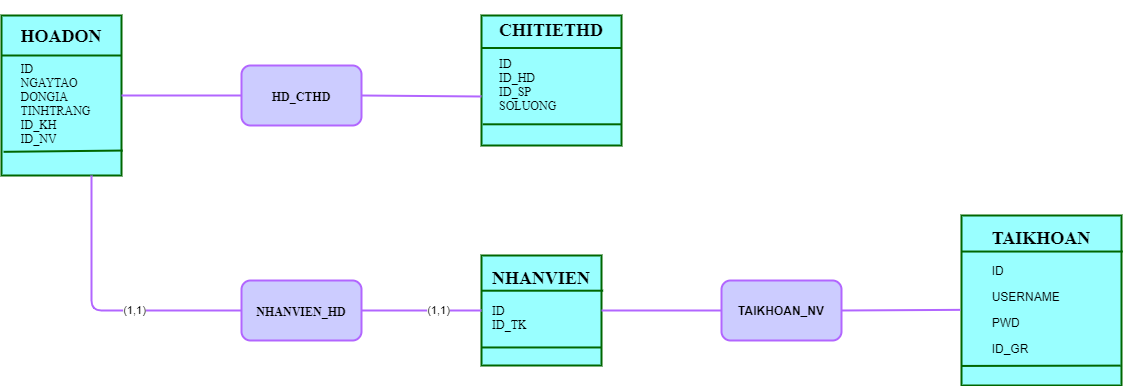
sunny-THS/QlyBanDT keeps this draw.io diagram as erd.drawio.png. Above is the earlier version. Source tidied: cells renumbered, new cells last; positions are measured from the earlier drawing's top-left corner, leaving out a move shared by most shapes.
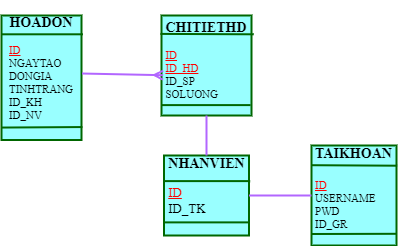
After the change.

Diff of the diagram source:
```diff
@@ -2,37 +2,26 @@
   <root>
     <mxCell id="0" />
     <mxCell id="1" parent="0" />
-    <mxCell id="2" value="&lt;h2&gt;&lt;font color=&quot;#000000&quot;&gt;HOADON&lt;/font&gt;&lt;/h2&gt;&lt;div style=&quot;text-align: left&quot;&gt;&lt;span&gt;&lt;font color=&quot;#000000&quot;&gt;ID&lt;/font&gt;&lt;/span&gt;&lt;/div&gt;&lt;div style=&quot;text-align: left&quot;&gt;&lt;span&gt;&lt;font color=&quot;#000000&quot;&gt;NGAYTAO&lt;/font&gt;&lt;/span&gt;&lt;/div&gt;&lt;div style=&quot;text-align: left&quot;&gt;&lt;span&gt;&lt;font color=&quot;#000000&quot;&gt;DONGIA&amp;nbsp;&lt;/font&gt;&lt;/span&gt;&lt;/div&gt;&lt;div style=&quot;text-align: left&quot;&gt;&lt;span&gt;&lt;font color=&quot;#000000&quot;&gt;TINHTRANG&lt;/font&gt;&lt;/span&gt;&lt;/div&gt;&lt;div style=&quot;text-align: left&quot;&gt;&lt;span&gt;&lt;font color=&quot;#000000&quot;&gt;ID_KH&lt;/font&gt;&lt;/span&gt;&lt;/div&gt;&lt;div style=&quot;text-align: left&quot;&gt;&lt;span&gt;&lt;font color=&quot;#000000&quot;&gt;ID_NV&lt;/font&gt;&lt;/span&gt;&lt;/div&gt;&lt;div style=&quot;text-align: left&quot;&gt;&lt;br&gt;&lt;/div&gt;" style="text;html=1;spacing=5;spacingTop=-20;whiteSpace=wrap;overflow=hidden;rounded=0;labelBackgroundColor=none;fontFamily=Times New Roman;verticalAlign=middle;align=center;fontColor=#ffffff;strokeWidth=2;fillColor=#99FFFF;strokeColor=#006600;" parent="1" vertex="1">
-      <mxGeometry width="120" height="160" as="geometry" />
+    <mxCell id="2" value="&lt;h3&gt;&lt;font color=&quot;#000000&quot;&gt;HOADON&lt;/font&gt;&lt;/h3&gt;&lt;div style=&quot;text-align: left ; font-size: 11px&quot;&gt;&lt;font style=&quot;font-size: 11px&quot; color=&quot;#ff0000&quot;&gt;&lt;u&gt;ID&lt;/u&gt;&lt;/font&gt;&lt;/div&gt;&lt;div style=&quot;text-align: left ; font-size: 11px&quot;&gt;&lt;span&gt;&lt;font color=&quot;#000000&quot; style=&quot;font-size: 11px&quot;&gt;NGAYTAO&lt;/font&gt;&lt;/span&gt;&lt;/div&gt;&lt;div style=&quot;text-align: left ; font-size: 11px&quot;&gt;&lt;span&gt;&lt;font color=&quot;#000000&quot; style=&quot;font-size: 11px&quot;&gt;DONGIA&amp;nbsp;&lt;/font&gt;&lt;/span&gt;&lt;/div&gt;&lt;div style=&quot;text-align: left ; font-size: 11px&quot;&gt;&lt;span&gt;&lt;font color=&quot;#000000&quot; style=&quot;font-size: 11px&quot;&gt;TINHTRANG&lt;/font&gt;&lt;/span&gt;&lt;/div&gt;&lt;div style=&quot;text-align: left ; font-size: 11px&quot;&gt;&lt;span&gt;&lt;font color=&quot;#000000&quot; style=&quot;font-size: 11px&quot;&gt;ID_KH&lt;/font&gt;&lt;/span&gt;&lt;/div&gt;&lt;div style=&quot;text-align: left ; font-size: 11px&quot;&gt;&lt;font color=&quot;#000000&quot; style=&quot;font-size: 11px&quot;&gt;ID_NV&lt;/font&gt;&lt;/div&gt;&lt;div style=&quot;text-align: left&quot;&gt;&lt;br&gt;&lt;/div&gt;" style="text;html=1;spacing=5;spacingTop=-20;whiteSpace=wrap;overflow=hidden;rounded=0;labelBackgroundColor=none;fontFamily=Times New Roman;verticalAlign=middle;align=center;fontColor=#ffffff;strokeWidth=2;fillColor=#99FFFF;strokeColor=#006600;" parent="1" vertex="1">
+      <mxGeometry x="-20" y="-20" width="80" height="124.5" as="geometry" />
     </mxCell>
-    <mxCell id="3" style="endArrow=none;html=1;fontFamily=Times New Roman;fillColor=#008a00;strokeColor=#006600;strokeWidth=2;exitX=0;exitY=0.25;exitDx=0;exitDy=0;entryX=1;entryY=0.25;entryDx=0;entryDy=0;" parent="1" edge="1" source="2" target="2">
+    <mxCell id="3" style="endArrow=none;html=1;fontFamily=Times New Roman;fillColor=#008a00;strokeColor=#006600;strokeWidth=2;exitX=-0.006;exitY=0.151;exitDx=0;exitDy=0;entryX=1.018;entryY=0.151;entryDx=0;entryDy=0;exitPerimeter=0;entryPerimeter=0;" parent="1" edge="1" source="2" target="2">
       <mxGeometry relative="1" as="geometry" />
     </mxCell>
-    <mxCell id="4" style="endArrow=none;html=1;fontFamily=Times New Roman;fillColor=#008a00;strokeWidth=2;strokeColor=#006600;exitX=0.017;exitY=0.852;exitDx=0;exitDy=0;entryX=1.01;entryY=0.844;entryDx=0;entryDy=0;exitPerimeter=0;entryPerimeter=0;" parent="1" edge="1" source="2" target="2">
+    <mxCell id="4" style="endArrow=none;html=1;fontFamily=Times New Roman;fillColor=#008a00;strokeWidth=2;strokeColor=#006600;exitX=0.004;exitY=0.9;exitDx=0;exitDy=0;exitPerimeter=0;entryX=1.012;entryY=0.896;entryDx=0;entryDy=0;entryPerimeter=0;" parent="1" edge="1" source="2" target="2">
       <mxGeometry relative="1" as="geometry" />
     </mxCell>
-    <mxCell id="5" value="&lt;p style=&quot;line-height: 100%&quot;&gt;&lt;/p&gt;&lt;h2&gt;&lt;font face=&quot;Times New Roman&quot; color=&quot;#000000&quot;&gt;CHITIETHD&lt;/font&gt;&lt;/h2&gt;&lt;h4 style=&quot;text-align: left&quot;&gt;&lt;span style=&quot;font-weight: normal&quot;&gt;&lt;font color=&quot;#000000&quot; style=&quot;font-size: 12px&quot; face=&quot;Times New Roman&quot;&gt;ID&lt;br&gt;&lt;/font&gt;&lt;span style=&quot;color: rgb(0 , 0 , 0)&quot;&gt;&lt;font style=&quot;font-size: 12px&quot; face=&quot;Times New Roman&quot;&gt;ID_HD&lt;br&gt;&lt;/font&gt;&lt;/span&gt;&lt;font color=&quot;#000000&quot; style=&quot;font-size: 12px&quot; face=&quot;Times New Roman&quot;&gt;ID_SP&lt;br&gt;&lt;/font&gt;&lt;font color=&quot;#000000&quot; style=&quot;font-size: 12px&quot; face=&quot;Times New Roman&quot;&gt;SOLUONG&lt;/font&gt;&lt;/span&gt;&lt;/h4&gt;&lt;p style=&quot;text-align: left&quot;&gt;&lt;font color=&quot;#000000&quot; style=&quot;font-size: 12px&quot; face=&quot;Times New Roman&quot;&gt;&lt;br&gt;&lt;/font&gt;&lt;/p&gt;&lt;p style=&quot;text-align: left&quot;&gt;&lt;font color=&quot;#000000&quot; style=&quot;font-size: 12px&quot; face=&quot;Times New Roman&quot;&gt;&lt;br&gt;&lt;/font&gt;&lt;/p&gt;&lt;p&gt;&lt;/p&gt;" style="text;html=1;spacing=5;spacingTop=-20;whiteSpace=wrap;overflow=hidden;rounded=0;align=center;fillColor=#99FFFF;strokeWidth=2;strokeColor=#006600;" parent="1" vertex="1">
-      <mxGeometry x="480" width="140" height="130" as="geometry" />
+    <mxCell id="5" value="&lt;p style=&quot;line-height: 100%&quot;&gt;&lt;/p&gt;&lt;h3&gt;&lt;font face=&quot;Times New Roman&quot; color=&quot;#000000&quot;&gt;CHITIETHD&lt;/font&gt;&lt;/h3&gt;&lt;h3 style=&quot;text-align: left ; font-size: 11px&quot;&gt;&lt;font style=&quot;font-size: 11px&quot;&gt;&lt;span style=&quot;font-weight: normal&quot;&gt;&lt;font style=&quot;font-size: 11px&quot; face=&quot;Times New Roman&quot; color=&quot;#ff0000&quot;&gt;&lt;u&gt;ID&lt;br&gt;&lt;/u&gt;&lt;/font&gt;&lt;/span&gt;&lt;span style=&quot;font-weight: normal&quot;&gt;&lt;font style=&quot;font-size: 11px&quot; face=&quot;Times New Roman&quot;&gt;&lt;u&gt;&lt;font color=&quot;#ff0000&quot;&gt;ID_HD&lt;/font&gt;&lt;/u&gt;&lt;br&gt;&lt;/font&gt;&lt;/span&gt;&lt;span style=&quot;font-weight: normal&quot;&gt;&lt;font color=&quot;#000000&quot; style=&quot;font-size: 11px&quot; face=&quot;Times New Roman&quot;&gt;ID_SP&lt;br&gt;&lt;/font&gt;&lt;/span&gt;&lt;span style=&quot;font-weight: normal&quot;&gt;&lt;font color=&quot;#000000&quot; style=&quot;font-size: 11px&quot; face=&quot;Times New Roman&quot;&gt;SOLUONG&lt;/font&gt;&lt;/span&gt;&lt;/font&gt;&lt;/h3&gt;&lt;p style=&quot;text-align: left ; font-size: 11px&quot;&gt;&lt;font color=&quot;#000000&quot; style=&quot;font-size: 11px&quot; face=&quot;Times New Roman&quot;&gt;&lt;br&gt;&lt;/font&gt;&lt;/p&gt;&lt;p style=&quot;text-align: left&quot;&gt;&lt;font color=&quot;#000000&quot; style=&quot;font-size: 12px&quot; face=&quot;Times New Roman&quot;&gt;&lt;br&gt;&lt;/font&gt;&lt;/p&gt;&lt;p&gt;&lt;/p&gt;" style="text;html=1;spacing=5;spacingTop=-20;whiteSpace=wrap;overflow=hidden;rounded=0;align=center;fillColor=#99FFFF;strokeWidth=2;strokeColor=#006600;shadow=0;" parent="1" vertex="1">
+      <mxGeometry x="140" y="-20" width="90" height="100" as="geometry" />
     </mxCell>
-    <mxCell id="6" style="endArrow=none;html=1;strokeColor=#006600;strokeWidth=2;exitX=0;exitY=0.25;exitDx=0;exitDy=0;entryX=1;entryY=0.25;entryDx=0;entryDy=0;" parent="1" edge="1" source="5" target="5">
+    <mxCell id="6" style="endArrow=none;html=1;strokeColor=#006600;strokeWidth=2;exitX=-0.012;exitY=0.184;exitDx=0;exitDy=0;exitPerimeter=0;entryX=1.025;entryY=0.188;entryDx=0;entryDy=0;entryPerimeter=0;" parent="1" edge="1" source="5" target="5">
       <mxGeometry relative="1" as="geometry" />
     </mxCell>
-    <mxCell id="7" style="endArrow=none;html=1;strokeWidth=2;strokeColor=#006600;exitX=0.009;exitY=0.837;exitDx=0;exitDy=0;exitPerimeter=0;entryX=1;entryY=0.837;entryDx=0;entryDy=0;entryPerimeter=0;" parent="1" edge="1" source="5" target="5">
+    <mxCell id="7" style="endArrow=none;html=1;strokeWidth=2;strokeColor=#006600;exitX=0;exitY=0.896;exitDx=0;exitDy=0;exitPerimeter=0;entryX=0.99;entryY=0.896;entryDx=0;entryDy=0;entryPerimeter=0;" parent="1" edge="1" source="5" target="5">
       <mxGeometry relative="1" as="geometry" />
     </mxCell>
-    <mxCell id="8" value="&lt;h2&gt;&lt;font color=&quot;#000000&quot; face=&quot;Times New Roman&quot;&gt;&lt;span style=&quot;font-size: 12px&quot;&gt;HD_CTHD&lt;/span&gt;&lt;/font&gt;&lt;/h2&gt;" style="rounded=1;whiteSpace=wrap;html=1;strokeWidth=2;verticalAlign=middle;fillColor=#CCCCFF;strokeColor=#B266FF;" parent="1" vertex="1">
-      <mxGeometry x="240" y="50" width="120" height="60" as="geometry" />
-    </mxCell>
-    <mxCell id="9" style="endArrow=none;html=1;strokeWidth=2;strokeColor=#B266FF;exitX=1;exitY=0.5;exitDx=0;exitDy=0;entryX=0;entryY=0.5;entryDx=0;entryDy=0;" parent="1" edge="1" source="2" target="8">
-      <mxGeometry relative="1" as="geometry" />
-    </mxCell>
-    <mxCell id="10" style="endArrow=none;html=1;strokeColor=#B266FF;strokeWidth=2;exitX=1;exitY=0.5;exitDx=0;exitDy=0;" parent="1" edge="1" source="8">
-      <mxGeometry relative="1" as="geometry">
-        <mxPoint x="480" y="81" as="targetPoint" />
-      </mxGeometry>
-    </mxCell>
-    <mxCell id="11" value="&lt;h2&gt;&lt;font face=&quot;Times New Roman&quot; color=&quot;#000000&quot;&gt;NHANVIEN&lt;/font&gt;&lt;/h2&gt;&lt;h4&gt;&lt;div style=&quot;text-align: left&quot;&gt;&lt;span style=&quot;font-family: &amp;#34;times new roman&amp;#34; ; font-weight: normal&quot;&gt;&lt;font color=&quot;#000000&quot;&gt;ID&lt;/font&gt;&lt;/span&gt;&lt;/div&gt;&lt;div style=&quot;text-align: left&quot;&gt;&lt;span style=&quot;font-family: &amp;#34;times new roman&amp;#34; ; font-weight: normal&quot;&gt;&lt;font color=&quot;#000000&quot;&gt;ID_TK&lt;/font&gt;&lt;/span&gt;&lt;/div&gt;&lt;/h4&gt;" style="text;html=1;spacing=5;spacingTop=-20;whiteSpace=wrap;overflow=hidden;rounded=0;verticalAlign=middle;fillColor=#99FFFF;strokeColor=#006600;strokeWidth=2;align=center;" parent="1" vertex="1">
-      <mxGeometry x="480" y="240" width="120" height="110" as="geometry" />
+    <mxCell id="11" value="&lt;h3 style=&quot;text-align: left ; font-size: 11px&quot;&gt;&lt;/h3&gt;&lt;h3&gt;&lt;font face=&quot;Times New Roman&quot; color=&quot;#000000&quot;&gt;NHANVIEN&lt;/font&gt;&lt;/h3&gt;&lt;font style=&quot;font-size: 11px&quot;&gt;&lt;h3 style=&quot;text-align: left&quot;&gt;&lt;span style=&quot;font-family: &amp;#34;times new roman&amp;#34;&quot;&gt;&lt;u&gt;&lt;font color=&quot;#ff0000&quot;&gt;&lt;span style=&quot;font-weight: normal&quot;&gt;ID&lt;/span&gt;&lt;br&gt;&lt;/font&gt;&lt;/u&gt;&lt;/span&gt;&lt;span style=&quot;font-weight: normal ; color: rgb(0 , 0 , 0) ; font-family: &amp;#34;times new roman&amp;#34;&quot;&gt;ID_TK&lt;/span&gt;&lt;/h3&gt;&lt;/font&gt;" style="text;html=1;spacing=5;spacingTop=-20;whiteSpace=wrap;overflow=hidden;rounded=0;verticalAlign=middle;fillColor=#99FFFF;strokeColor=#006600;strokeWidth=2;align=center;" parent="1" vertex="1">
+      <mxGeometry x="142.5" y="120" width="85" height="80" as="geometry" />
     </mxCell>
     <mxCell id="12" style="endArrow=none;html=1;strokeColor=#006600;strokeWidth=2;exitX=0.002;exitY=0.32;exitDx=0;exitDy=0;exitPerimeter=0;entryX=1.014;entryY=0.32;entryDx=0;entryDy=0;entryPerimeter=0;" parent="1" edge="1" source="11" target="11">
       <mxGeometry relative="1" as="geometry" />
@@ -40,42 +29,23 @@
     <mxCell id="13" style="endArrow=none;html=1;strokeColor=#006600;strokeWidth=2;exitX=-0.004;exitY=0.836;exitDx=0;exitDy=0;exitPerimeter=0;entryX=1;entryY=0.836;entryDx=0;entryDy=0;entryPerimeter=0;" parent="1" edge="1" source="11" target="11">
       <mxGeometry relative="1" as="geometry" />
     </mxCell>
-    <mxCell id="14" value="&lt;h3&gt;&lt;font color=&quot;#000000&quot; face=&quot;Times New Roman&quot; style=&quot;font-size: 12px&quot;&gt;NHANVIEN_HD&lt;/font&gt;&lt;/h3&gt;" style="rounded=1;whiteSpace=wrap;html=1;strokeColor=#B266FF;strokeWidth=2;fillColor=#CCCCFF;verticalAlign=middle;" parent="1" vertex="1">
-      <mxGeometry x="240" y="265" width="120" height="60" as="geometry" />
-    </mxCell>
-    <mxCell id="15" style="endArrow=none;html=1;strokeColor=#B266FF;strokeWidth=2;exitX=1;exitY=0.5;exitDx=0;exitDy=0;entryX=0;entryY=0.5;entryDx=0;entryDy=0;" parent="1" edge="1" source="14" target="11">
-      <mxGeometry relative="1" as="geometry" />
-    </mxCell>
-    <mxCell id="16" value="(1,1)" style="edgeLabel;html=1;align=center;verticalAlign=middle;labelBackgroundColor=#FFFFFF;fontColor=#000000;" parent="15" vertex="1">
-      <mxGeometry x="0.26" y="1" relative="1" as="geometry" />
-    </mxCell>
-    <mxCell id="17" style="endArrow=none;html=1;strokeColor=#B266FF;strokeWidth=2;exitX=0.75;exitY=1;exitDx=0;exitDy=0;entryX=0;entryY=0.5;entryDx=0;entryDy=0;labelBackgroundColor=none;" parent="1" edge="1" source="2" target="14">
-      <mxGeometry relative="1" as="geometry">
-        <Array as="points">
-          <mxPoint x="90" y="295" />
-        </Array>
-      </mxGeometry>
-    </mxCell>
-    <mxCell id="18" value="(1,1)" style="edgeLabel;html=1;align=center;verticalAlign=middle;fontColor=#000000;labelBackgroundColor=#FFFFFF;" parent="17" vertex="1">
-      <mxGeometry x="0.24" y="1" relative="1" as="geometry" />
-    </mxCell>
-    <mxCell id="19" value="&lt;h2&gt;&lt;font face=&quot;Times New Roman&quot; color=&quot;#000000&quot;&gt;TAIKHOAN&lt;/font&gt;&lt;/h2&gt;&lt;p style=&quot;text-align: left&quot;&gt;&lt;font color=&quot;#000000&quot;&gt;ID&lt;/font&gt;&lt;/p&gt;&lt;p style=&quot;text-align: left&quot;&gt;&lt;font color=&quot;#000000&quot;&gt;USERNAME&lt;/font&gt;&lt;/p&gt;&lt;p style=&quot;text-align: left&quot;&gt;&lt;font color=&quot;#000000&quot;&gt;PWD&lt;/font&gt;&lt;/p&gt;&lt;p style=&quot;text-align: left&quot;&gt;&lt;font color=&quot;#000000&quot;&gt;ID_GR&lt;/font&gt;&lt;/p&gt;" style="text;html=1;spacing=5;spacingTop=-20;whiteSpace=wrap;overflow=hidden;rounded=0;verticalAlign=middle;align=center;fillColor=#99FFFF;strokeColor=#006600;strokeWidth=2;" parent="1" vertex="1">
-      <mxGeometry x="960" y="200" width="160" height="170" as="geometry" />
+    <mxCell id="19" value="&lt;h3&gt;&lt;font face=&quot;Times New Roman&quot; color=&quot;#000000&quot;&gt;TAIKHOAN&lt;/font&gt;&lt;/h3&gt;&lt;h5 style=&quot;text-align: justify ; font-size: 11px&quot;&gt;&lt;span style=&quot;font-weight: normal&quot;&gt;&lt;font style=&quot;font-size: 11px ; line-height: 100%&quot; face=&quot;Times New Roman&quot;&gt;&lt;u&gt;&lt;font color=&quot;#ff0000&quot;&gt;ID&lt;/font&gt;&lt;/u&gt;&lt;br&gt;&lt;/font&gt;&lt;font color=&quot;#000000&quot; style=&quot;font-size: 11px ; line-height: 100%&quot; face=&quot;Times New Roman&quot;&gt;USERNAME&lt;br&gt;&lt;/font&gt;&lt;font color=&quot;#000000&quot; style=&quot;font-size: 11px&quot; face=&quot;Times New Roman&quot;&gt;PWD&lt;br&gt;&lt;/font&gt;&lt;font color=&quot;#000000&quot; style=&quot;font-size: 11px&quot; face=&quot;Times New Roman&quot;&gt;ID_GR&lt;/font&gt;&lt;/span&gt;&lt;/h5&gt;" style="text;html=1;spacing=5;spacingTop=-20;whiteSpace=wrap;overflow=hidden;rounded=0;verticalAlign=middle;align=center;fillColor=#99FFFF;strokeColor=#006600;strokeWidth=2;" parent="1" vertex="1">
+      <mxGeometry x="290" y="110" width="85" height="100" as="geometry" />
     </mxCell>
-    <mxCell id="20" style="endArrow=none;html=1;strokeWidth=2;strokeColor=#006600;exitX=-0.002;exitY=0.212;exitDx=0;exitDy=0;exitPerimeter=0;entryX=1.008;entryY=0.212;entryDx=0;entryDy=0;entryPerimeter=0;" parent="1" edge="1" source="19" target="19">
+    <mxCell id="20" style="endArrow=none;html=1;strokeWidth=2;strokeColor=#006600;exitX=-0.002;exitY=0.197;exitDx=0;exitDy=0;exitPerimeter=0;entryX=1.008;entryY=0.202;entryDx=0;entryDy=0;entryPerimeter=0;" parent="1" edge="1" source="19" target="19">
       <mxGeometry relative="1" as="geometry" />
     </mxCell>
     <mxCell id="21" style="endArrow=none;html=1;strokeColor=#006600;strokeWidth=2;entryX=-0.003;entryY=0.885;entryDx=0;entryDy=0;entryPerimeter=0;exitX=0.995;exitY=0.883;exitDx=0;exitDy=0;exitPerimeter=0;" parent="1" edge="1" source="19" target="19">
       <mxGeometry relative="1" as="geometry" />
     </mxCell>
-    <mxCell id="22" value="&lt;font color=&quot;#000000&quot;&gt;&lt;b&gt;TAIKHOAN_NV&lt;/b&gt;&lt;/font&gt;" style="rounded=1;whiteSpace=wrap;html=1;strokeWidth=2;verticalAlign=middle;strokeColor=#B266FF;fillColor=#CCCCFF;" parent="1" vertex="1">
-      <mxGeometry x="720" y="265" width="120" height="60" as="geometry" />
-    </mxCell>
-    <mxCell id="23" style="endArrow=none;html=1;strokeWidth=2;strokeColor=#B266FF;exitX=1;exitY=0.5;exitDx=0;exitDy=0;entryX=0;entryY=0.5;entryDx=0;entryDy=0;" parent="1" edge="1" source="11" target="22">
-      <mxGeometry relative="1" as="geometry" />
-    </mxCell>
-    <mxCell id="24" style="endArrow=none;html=1;strokeColor=#B266FF;strokeWidth=2;exitX=1;exitY=0.5;exitDx=0;exitDy=0;entryX=-0.007;entryY=0.555;entryDx=0;entryDy=0;entryPerimeter=0;" parent="1" edge="1" source="22" target="19">
-      <mxGeometry relative="1" as="geometry" />
-    </mxCell>
+    <mxCell id="25" style="endArrow=ERmany;html=1;strokeWidth=2;strokeColor=#B266FF;endFill=0;startSize=6;jumpSize=6;entryX=0.018;entryY=0.597;entryDx=0;entryDy=0;exitX=1.007;exitY=0.466;exitDx=0;exitDy=0;exitPerimeter=0;entryPerimeter=0;" parent="1" edge="1" source="2" target="5">
+      <mxGeometry relative="1" as="geometry" />
+    </mxCell>
+    <mxCell id="26" style="endArrow=none;html=1;startSize=6;strokeColor=#B266FF;strokeWidth=2;exitX=0.5;exitY=0;exitDx=0;exitDy=0;entryX=0.5;entryY=1;entryDx=0;entryDy=0;" parent="1" edge="1" source="11" target="5">
+      <mxGeometry relative="1" as="geometry" />
+    </mxCell>
+    <mxCell id="27" style="endArrow=none;html=1;startSize=6;strokeColor=#B266FF;strokeWidth=2;exitX=1;exitY=0.5;exitDx=0;exitDy=0;entryX=0;entryY=0.5;entryDx=0;entryDy=0;" parent="1" edge="1" source="11" target="19">
+      <mxGeometry relative="1" as="geometry" />
+    </mxCell>
   </root>
 </mxGraphModel>
```
